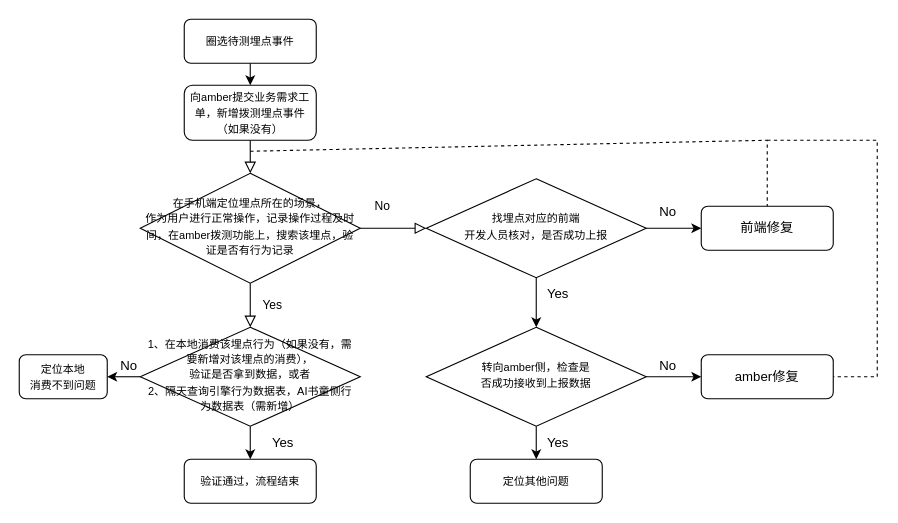
Luoxun1989/work-graph keeps this draw.io diagram as 未命名绘图.drawio. Above is the earlier version. Source tidied: cells renumbered, new cells numbered last; positions are measured from the earlier drawing's top-left corner, leaving out a move shared by most shapes. Both pictures are drawn from the tidied source at 110%, with x=0, y=0 at pixel (19, 19).
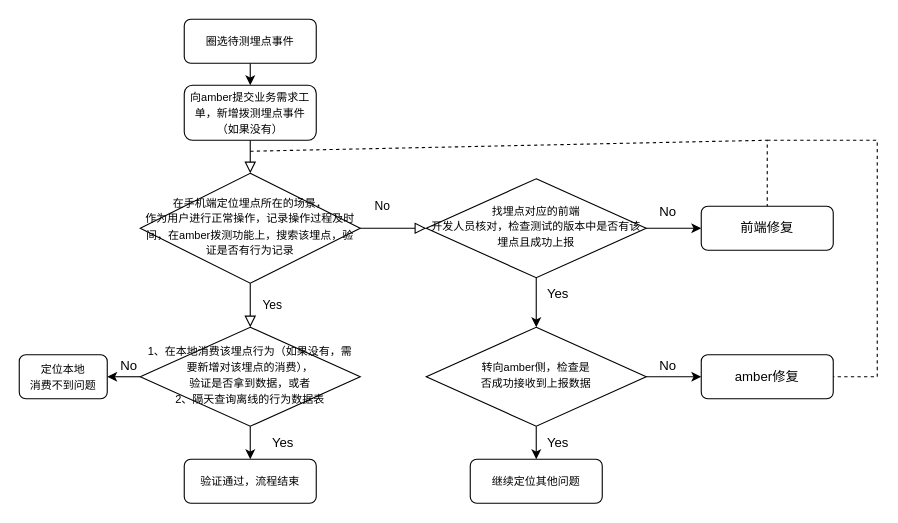
The same diagram, later.

Commit message:
更新未命名绘图.drawio

What changed in the source:
```diff
@@
-    <mxCell id="9" value="&lt;font style=&quot;font-size: 10px;&quot;&gt;1、在本地消费该埋点行为（如果没有，需要新增对该埋点的消费），&lt;/font&gt;&lt;div&gt;&lt;font style=&quot;font-size: 10px;&quot;&gt;验证是否拿到数据，或者&lt;/font&gt;&lt;/div&gt;&lt;div&gt;&lt;font style=&quot;font-size: 10px;&quot;&gt;2、隔天查询引擎行为数据表，AI书童侧行为数据表（需新增）&lt;/font&gt;&lt;/div&gt;" style="rhombus;whiteSpace=wrap;html=1;shadow=0;fontFamily=Helvetica;fontSize=12;align=center;strokeWidth=1;spacing=6;spacingTop=-4;" parent="1" vertex="1">
+    <mxCell id="9" value="&lt;font style=&quot;font-size: 10px;&quot;&gt;1、在本地消费该埋点行为（如果没有，需要新增对该埋点的消费），&lt;/font&gt;&lt;div&gt;&lt;font style=&quot;font-size: 10px;&quot;&gt;验证是否拿到数据，或者&lt;/font&gt;&lt;/div&gt;&lt;div&gt;&lt;font style=&quot;font-size: 10px;&quot;&gt;2、隔天查询离线的行为数据表&lt;/font&gt;&lt;/div&gt;" style="rhombus;whiteSpace=wrap;html=1;shadow=0;fontFamily=Helvetica;fontSize=12;align=center;strokeWidth=1;spacing=6;spacingTop=-4;" parent="1" vertex="1">
       <mxGeometry x="110" y="280" width="200" height="90" as="geometry" />
     </mxCell>
@@
-    <mxCell id="16" value="&lt;font style=&quot;font-size: 10px;&quot;&gt;找埋点对应的前端&lt;/font&gt;&lt;div&gt;&lt;font style=&quot;font-size: 10px;&quot;&gt;开发人员核对，是否成功上报&lt;/font&gt;&lt;/div&gt;" style="rhombus;whiteSpace=wrap;html=1;shadow=0;fontFamily=Helvetica;fontSize=12;align=center;strokeWidth=1;spacing=6;spacingTop=-4;" parent="1" vertex="1">
+    <mxCell id="16" value="&lt;font style=&quot;font-size: 10px;&quot;&gt;找埋点对应的前端&lt;/font&gt;&lt;div&gt;&lt;font style=&quot;font-size: 10px;&quot;&gt;开发人员核对，检查测试的版本中是否有该埋点且成功上报&lt;/font&gt;&lt;/div&gt;" style="rhombus;whiteSpace=wrap;html=1;shadow=0;fontFamily=Helvetica;fontSize=12;align=center;strokeWidth=1;spacing=6;spacingTop=-4;" parent="1" vertex="1">
       <mxGeometry x="370" y="145" width="200" height="90" as="geometry" />
     </mxCell>
@@
-    <mxCell id="26" value="&lt;font style=&quot;font-size: 10px;&quot;&gt;定位其他问题&lt;/font&gt;" style="rounded=1;whiteSpace=wrap;html=1;fontSize=12;glass=0;strokeWidth=1;shadow=0;" parent="1" vertex="1">
+    <mxCell id="26" value="&lt;font style=&quot;font-size: 10px;&quot;&gt;继续定位其他问题&lt;/font&gt;" style="rounded=1;whiteSpace=wrap;html=1;fontSize=12;glass=0;strokeWidth=1;shadow=0;" parent="1" vertex="1">
       <mxGeometry x="410" y="400" width="120" height="40" as="geometry" />
     </mxCell>
```
